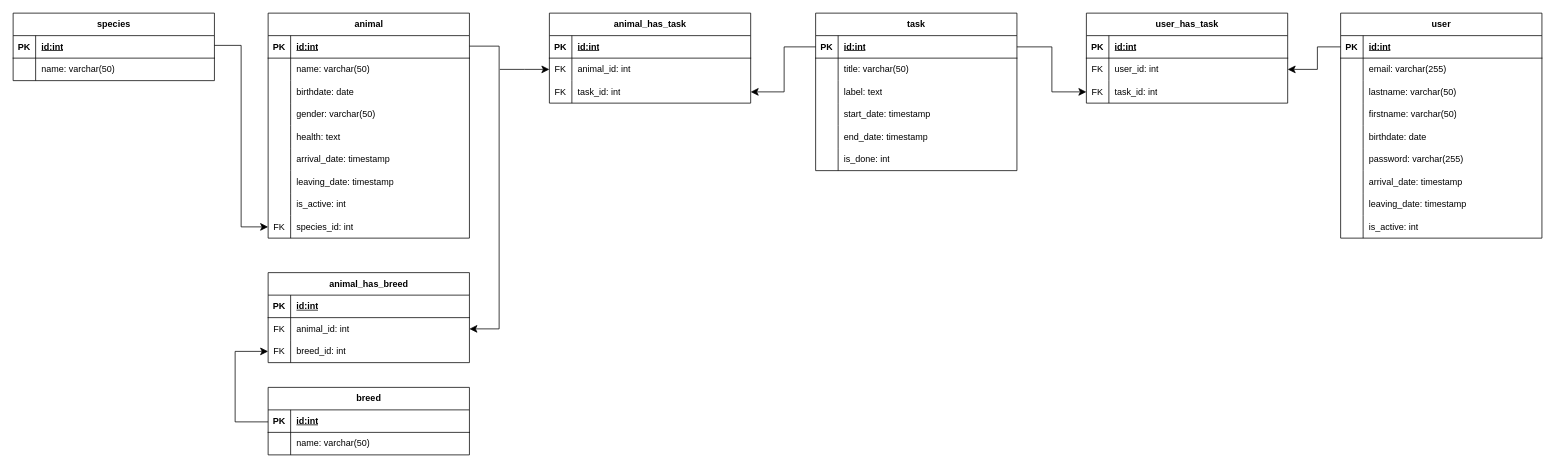
Earlier version of the draw.io diagram Diagramme sans nom.drawio (AlainBonneau/Calculator). Source tidied: cells renumbered, new cells numbered last; positions are measured from the earlier drawing's top-left corner, leaving out a move shared by most shapes. Both pictures are drawn from the tidied source at 75%, with x=0, y=0 at pixel (13, 13).
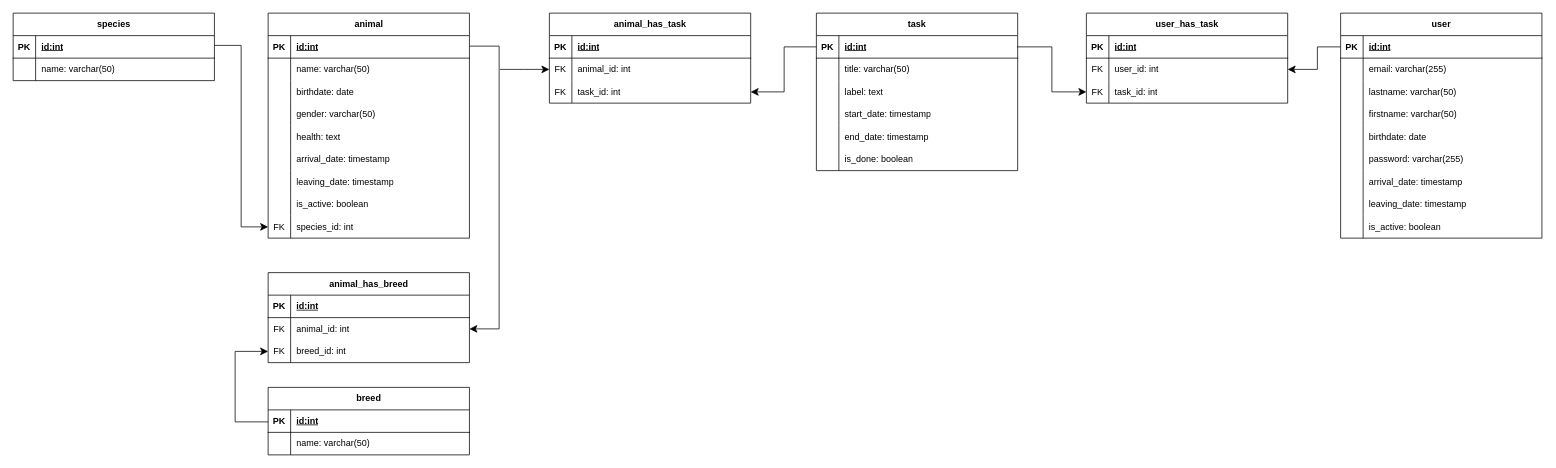
The same diagram, later.

Commit message:
Mettre à jour Diagramme sans nom.drawio

Unchanged cells that the change refers to:
```xml
<mxCell id="24" style="shape=tableRow;horizontal=0;startSize=0;swimlaneHead=0;swimlaneBody=0;fillColor=none;top=0;left=0;right=0;bottom=0;" parent="2" vertex="1">
  <mxGeometry y="240" width="268.4" height="30" as="geometry" />
</mxCell>
<mxCell id="80" style="shape=tableRow;horizontal=0;startSize=0;swimlaneHead=0;swimlaneBody=0;fillColor=none;top=0;left=0;right=0;bottom=0;" parent="64" vertex="1">
  <mxGeometry y="180" width="268.4" height="30" as="geometry" />
</mxCell>
<mxCell id="118" style="shape=tableRow;horizontal=0;startSize=0;swimlaneHead=0;swimlaneBody=0;fillColor=none;top=0;left=0;right=0;bottom=0;" parent="93" vertex="1">
  <mxGeometry y="270" width="268.4" height="30" as="geometry" />
</mxCell>
```

What changed in the source:
```diff
@@
-    <mxCell id="26" value="is_active: int" style="shape=partialRectangle;fillColor=none;top=0;left=0;bottom=0;right=0;align=left;spacingLeft=6;overflow=hidden;whiteSpace=wrap;html=1;" parent="24" vertex="1">
+    <mxCell id="26" value="is_active: boolean" style="shape=partialRectangle;fillColor=none;top=0;left=0;bottom=0;right=0;align=left;spacingLeft=6;overflow=hidden;whiteSpace=wrap;html=1;" parent="24" vertex="1">
       <mxGeometry x="30" width="238.4" height="30" as="geometry" />
     </mxCell>
@@
     <mxCell id="64" value="task" style="shape=table;startSize=30;childLayout=tableLayout;rowLines=0;fontStyle=1;align=center;html=1;" parent="1" vertex="1">
-      <mxGeometry x="1070" width="268.4" height="210" as="geometry" />
+      <mxGeometry x="1071" width="268.4" height="210" as="geometry" />
     </mxCell>
@@
-    <mxCell id="82" value="is_done: int" style="shape=partialRectangle;fillColor=none;top=0;left=0;bottom=0;right=0;align=left;spacingLeft=6;overflow=hidden;whiteSpace=wrap;html=1;" parent="80" vertex="1">
+    <mxCell id="82" value="is_done: boolean" style="shape=partialRectangle;fillColor=none;top=0;left=0;bottom=0;right=0;align=left;spacingLeft=6;overflow=hidden;whiteSpace=wrap;html=1;" parent="80" vertex="1">
       <mxGeometry x="30" width="238.4" height="30" as="geometry" />
     </mxCell>
@@
-    <mxCell id="120" value="is_active: int" style="shape=partialRectangle;fillColor=none;top=0;left=0;bottom=0;right=0;align=left;spacingLeft=6;overflow=hidden;whiteSpace=wrap;html=1;" parent="118" vertex="1">
+    <mxCell id="120" value="is_active: boolean" style="shape=partialRectangle;fillColor=none;top=0;left=0;bottom=0;right=0;align=left;spacingLeft=6;overflow=hidden;whiteSpace=wrap;html=1;" parent="118" vertex="1">
       <mxGeometry x="30" width="238.4" height="30" as="geometry" />
     </mxCell>
```
